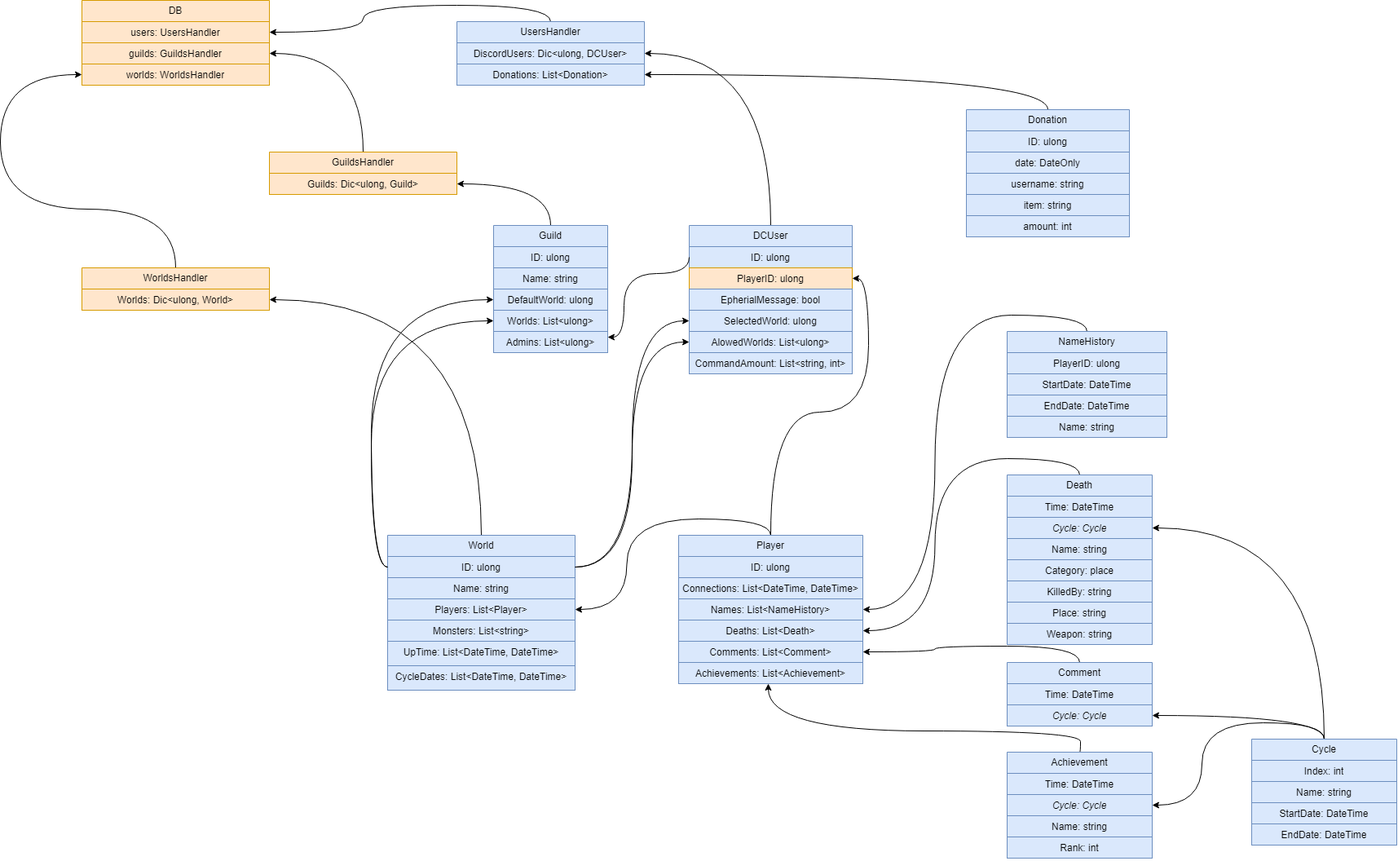
Endferoma/Draw.IO keeps this draw.io diagram as Stats Bot UML.drawio.png. Above is the earlier version. Source tidied: cells renumbered, new cells last; positions are measured from the earlier drawing's top-left corner, leaving out a move shared by most shapes.
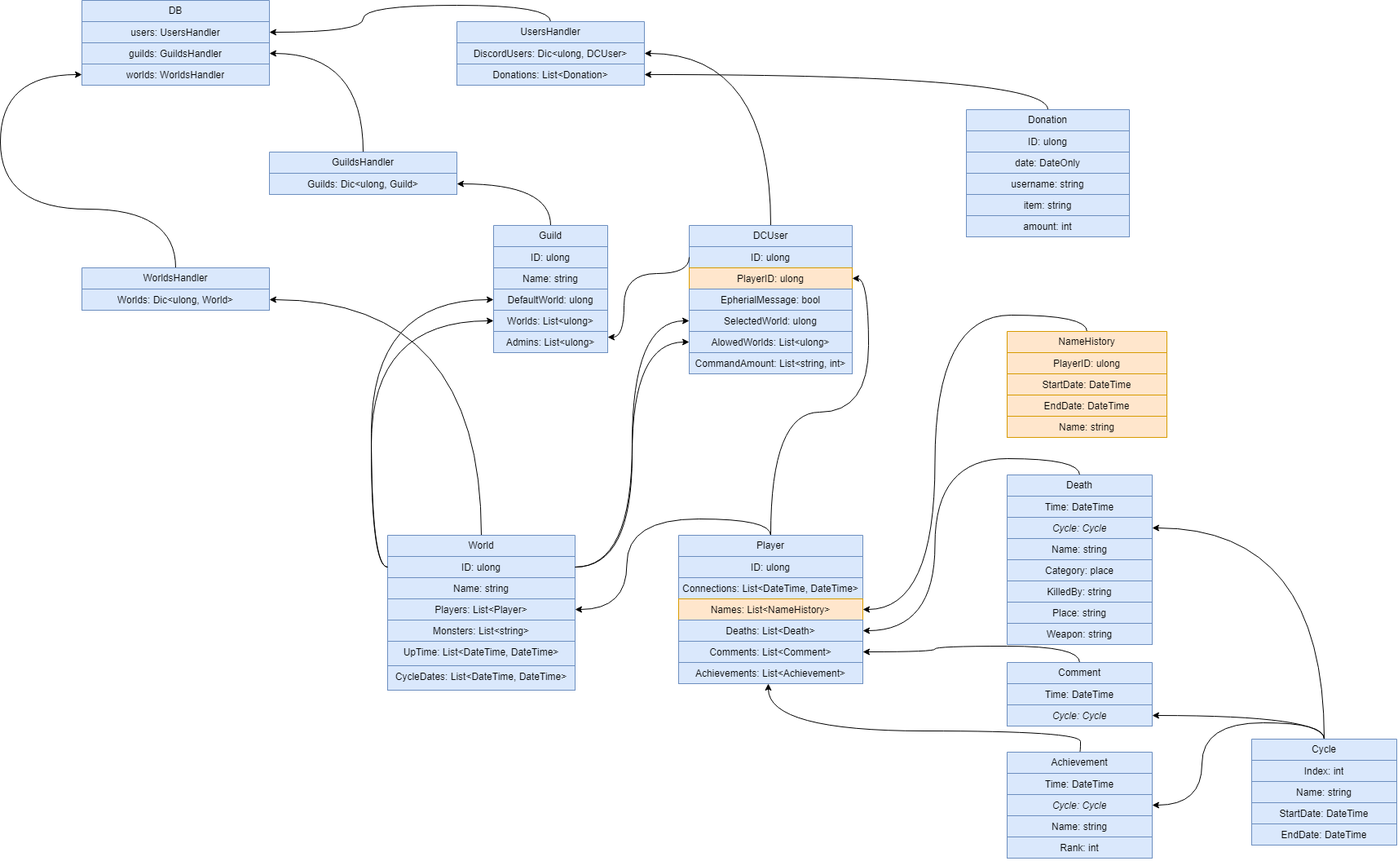
After the change.

Change to the diagram source:
```diff
@@ -50,19 +50,19 @@
     <mxCell id="17" style="edgeStyle=orthogonalEdgeStyle;rounded=0;jettySize=auto;html=1;exitX=0.5;exitY=0;exitDx=0;exitDy=0;entryX=1;entryY=0.5;entryDx=0;entryDy=0;curved=1;" parent="1" edge="1" source="18" target="36">
       <mxGeometry relative="1" as="geometry" />
     </mxCell>
-    <mxCell id="18" value="NameHistory" style="swimlane;fontStyle=0;horizontal=1;startSize=26;fillColor=#dae8fc;whiteSpace=wrap;html=1;align=center;strokeColor=#6c8ebf;" parent="1" vertex="1">
+    <mxCell id="18" value="NameHistory" style="swimlane;fontStyle=0;horizontal=1;startSize=26;fillColor=#ffe6cc;whiteSpace=wrap;html=1;align=center;strokeColor=#d79b00;" parent="1" vertex="1">
       <mxGeometry x="1235" y="406" width="196" height="130" as="geometry" />
     </mxCell>
-    <mxCell id="19" value="PlayerID: ulong" style="text;strokeColor=#6c8ebf;fillColor=#dae8fc;align=center;verticalAlign=top;spacingLeft=4;spacingRight=4;overflow=hidden;whiteSpace=wrap;html=1;" parent="18" vertex="1">
+    <mxCell id="19" value="PlayerID: ulong" style="text;strokeColor=#d79b00;fillColor=#ffe6cc;align=center;verticalAlign=top;spacingLeft=4;spacingRight=4;overflow=hidden;whiteSpace=wrap;html=1;" parent="18" vertex="1">
       <mxGeometry y="26" width="196" height="26" as="geometry" />
     </mxCell>
-    <mxCell id="20" value="StartDate: DateTime" style="text;strokeColor=#6c8ebf;fillColor=#dae8fc;align=center;verticalAlign=top;spacingLeft=4;spacingRight=4;overflow=hidden;whiteSpace=wrap;html=1;" parent="18" vertex="1">
+    <mxCell id="20" value="StartDate: DateTime" style="text;strokeColor=#d79b00;fillColor=#ffe6cc;align=center;verticalAlign=top;spacingLeft=4;spacingRight=4;overflow=hidden;whiteSpace=wrap;html=1;" parent="18" vertex="1">
       <mxGeometry y="52" width="196" height="26" as="geometry" />
     </mxCell>
-    <mxCell id="21" value="EndDate: DateTime" style="text;strokeColor=#6c8ebf;fillColor=#dae8fc;align=center;verticalAlign=top;spacingLeft=4;spacingRight=4;overflow=hidden;whiteSpace=wrap;html=1;" parent="18" vertex="1">
+    <mxCell id="21" value="EndDate: DateTime" style="text;strokeColor=#d79b00;fillColor=#ffe6cc;align=center;verticalAlign=top;spacingLeft=4;spacingRight=4;overflow=hidden;whiteSpace=wrap;html=1;" parent="18" vertex="1">
       <mxGeometry y="78" width="196" height="26" as="geometry" />
     </mxCell>
-    <mxCell id="22" value="Name: string" style="text;strokeColor=#6c8ebf;fillColor=#dae8fc;align=center;verticalAlign=top;spacingLeft=4;spacingRight=4;overflow=hidden;whiteSpace=wrap;html=1;" parent="18" vertex="1">
+    <mxCell id="22" value="Name: string" style="text;strokeColor=#d79b00;fillColor=#ffe6cc;align=center;verticalAlign=top;spacingLeft=4;spacingRight=4;overflow=hidden;whiteSpace=wrap;html=1;" parent="18" vertex="1">
       <mxGeometry y="104" width="196" height="26" as="geometry" />
     </mxCell>
     <mxCell id="23" style="edgeStyle=orthogonalEdgeStyle;rounded=0;jettySize=auto;html=1;exitX=0.5;exitY=0;exitDx=0;exitDy=0;curved=1;" parent="1" edge="1" source="24" target="85">
@@ -104,7 +104,7 @@
     <mxCell id="35" value="Connections: List&amp;lt;DateTime, DateTime&amp;gt;" style="text;strokeColor=#6c8ebf;fillColor=#dae8fc;align=center;verticalAlign=top;spacingLeft=4;spacingRight=4;overflow=hidden;whiteSpace=wrap;html=1;" parent="33" vertex="1">
       <mxGeometry y="52" width="226" height="26" as="geometry" />
     </mxCell>
-    <mxCell id="36" value="Names: List&amp;lt;NameHistory&amp;gt;" style="text;strokeColor=#6c8ebf;fillColor=#dae8fc;align=center;verticalAlign=top;spacingLeft=4;spacingRight=4;overflow=hidden;points=[[0,0.5],[1,0.5]];portConstraint=eastwest;whiteSpace=wrap;html=1;" parent="33" vertex="1">
+    <mxCell id="36" value="Names: List&amp;lt;NameHistory&amp;gt;" style="text;strokeColor=#d79b00;fillColor=#ffe6cc;align=center;verticalAlign=top;spacingLeft=4;spacingRight=4;overflow=hidden;points=[[0,0.5],[1,0.5]];portConstraint=eastwest;whiteSpace=wrap;html=1;" parent="33" vertex="1">
       <mxGeometry y="78" width="226" height="26" as="geometry" />
     </mxCell>
     <mxCell id="37" value="Deaths: List&amp;lt;Death&amp;gt;" style="text;strokeColor=#6c8ebf;fillColor=#dae8fc;align=center;verticalAlign=top;spacingLeft=4;spacingRight=4;overflow=hidden;points=[[0,0.5],[1,0.5]];portConstraint=eastwest;whiteSpace=wrap;html=1;" parent="33" vertex="1">
@@ -223,16 +223,16 @@
     <mxCell id="71" style="edgeStyle=orthogonalEdgeStyle;rounded=0;jettySize=auto;html=1;exitX=1;exitY=0.5;exitDx=0;exitDy=0;entryX=0;entryY=0.5;entryDx=0;entryDy=0;curved=1;" parent="1" edge="1" source="25" target="15">
       <mxGeometry relative="1" as="geometry" />
     </mxCell>
-    <mxCell id="72" value="DB" style="swimlane;fontStyle=0;horizontal=1;startSize=26;fillColor=#ffe6cc;whiteSpace=wrap;html=1;align=center;strokeColor=#d79b00;" parent="1" vertex="1">
+    <mxCell id="72" value="DB" style="swimlane;fontStyle=0;horizontal=1;startSize=26;fillColor=#dae8fc;whiteSpace=wrap;html=1;align=center;strokeColor=#6c8ebf;" parent="1" vertex="1">
       <mxGeometry x="100" width="230" height="104" as="geometry" />
     </mxCell>
-    <mxCell id="73" value="users: UsersHandler" style="text;strokeColor=#d79b00;fillColor=#ffe6cc;align=center;verticalAlign=top;spacingLeft=4;spacingRight=4;overflow=hidden;points=[[0,0.5],[1,0.5]];portConstraint=eastwest;whiteSpace=wrap;html=1;" parent="72" vertex="1">
+    <mxCell id="73" value="users: UsersHandler" style="text;strokeColor=#6c8ebf;fillColor=#dae8fc;align=center;verticalAlign=top;spacingLeft=4;spacingRight=4;overflow=hidden;points=[[0,0.5],[1,0.5]];portConstraint=eastwest;whiteSpace=wrap;html=1;" parent="72" vertex="1">
       <mxGeometry y="26" width="230" height="26" as="geometry" />
     </mxCell>
-    <mxCell id="74" value="guilds: GuildsHandler" style="text;strokeColor=#d79b00;fillColor=#ffe6cc;align=center;verticalAlign=top;spacingLeft=4;spacingRight=4;overflow=hidden;points=[[0,0.5],[1,0.5]];portConstraint=eastwest;whiteSpace=wrap;html=1;" parent="72" vertex="1">
+    <mxCell id="74" value="guilds: GuildsHandler" style="text;strokeColor=#6c8ebf;fillColor=#dae8fc;align=center;verticalAlign=top;spacingLeft=4;spacingRight=4;overflow=hidden;points=[[0,0.5],[1,0.5]];portConstraint=eastwest;whiteSpace=wrap;html=1;" parent="72" vertex="1">
       <mxGeometry y="52" width="230" height="26" as="geometry" />
     </mxCell>
-    <mxCell id="75" value="worlds: WorldsHandler" style="text;strokeColor=#d79b00;fillColor=#ffe6cc;align=center;verticalAlign=top;spacingLeft=4;spacingRight=4;overflow=hidden;points=[[0,0.5],[1,0.5]];portConstraint=eastwest;whiteSpace=wrap;html=1;" parent="72" vertex="1">
+    <mxCell id="75" value="worlds: WorldsHandler" style="text;strokeColor=#6c8ebf;fillColor=#dae8fc;align=center;verticalAlign=top;spacingLeft=4;spacingRight=4;overflow=hidden;points=[[0,0.5],[1,0.5]];portConstraint=eastwest;whiteSpace=wrap;html=1;" parent="72" vertex="1">
       <mxGeometry y="78" width="230" height="26" as="geometry" />
     </mxCell>
     <mxCell id="76" style="edgeStyle=orthogonalEdgeStyle;rounded=0;jettySize=auto;html=1;exitX=0.5;exitY=0;exitDx=0;exitDy=0;curved=1;" parent="1" edge="1" source="77" target="73">
@@ -250,10 +250,10 @@
     <mxCell id="80" style="edgeStyle=orthogonalEdgeStyle;rounded=0;jettySize=auto;html=1;exitX=0.5;exitY=0;exitDx=0;exitDy=0;curved=1;" parent="1" edge="1" source="81" target="74">
       <mxGeometry relative="1" as="geometry" />
     </mxCell>
-    <mxCell id="81" value="GuildsHandler" style="swimlane;fontStyle=0;horizontal=1;startSize=26;fillColor=#ffe6cc;whiteSpace=wrap;html=1;align=center;strokeColor=#d79b00;" parent="1" vertex="1">
+    <mxCell id="81" value="GuildsHandler" style="swimlane;fontStyle=0;horizontal=1;startSize=26;fillColor=#dae8fc;whiteSpace=wrap;html=1;align=center;strokeColor=#6c8ebf;" parent="1" vertex="1">
       <mxGeometry x="330" y="186" width="230" height="52" as="geometry" />
     </mxCell>
-    <mxCell id="82" value="Guilds: Dic&amp;lt;ulong, Guild&amp;gt;" style="text;strokeColor=#d79b00;fillColor=#ffe6cc;align=center;verticalAlign=top;spacingLeft=4;spacingRight=4;overflow=hidden;points=[[0,0.5],[1,0.5]];portConstraint=eastwest;whiteSpace=wrap;html=1;" parent="81" vertex="1">
+    <mxCell id="82" value="Guilds: Dic&amp;lt;ulong, Guild&amp;gt;" style="text;strokeColor=#6c8ebf;fillColor=#dae8fc;align=center;verticalAlign=top;spacingLeft=4;spacingRight=4;overflow=hidden;points=[[0,0.5],[1,0.5]];portConstraint=eastwest;whiteSpace=wrap;html=1;" parent="81" vertex="1">
       <mxGeometry y="26" width="230" height="26" as="geometry" />
     </mxCell>
     <mxCell id="83" style="edgeStyle=orthogonalEdgeStyle;rounded=0;jettySize=auto;html=1;exitX=0.5;exitY=0;exitDx=0;exitDy=0;curved=1;" parent="1" edge="1" source="84" target="75">
@@ -265,10 +265,10 @@
         </Array>
       </mxGeometry>
     </mxCell>
-    <mxCell id="84" value="WorldsHandler" style="swimlane;fontStyle=0;horizontal=1;startSize=26;whiteSpace=wrap;html=1;align=center;fillColor=#ffe6cc;strokeColor=#d79b00;" parent="1" vertex="1">
+    <mxCell id="84" value="WorldsHandler" style="swimlane;fontStyle=0;horizontal=1;startSize=26;whiteSpace=wrap;html=1;align=center;fillColor=#dae8fc;strokeColor=#6c8ebf;" parent="1" vertex="1">
       <mxGeometry x="100" y="328" width="230" height="52" as="geometry" />
     </mxCell>
-    <mxCell id="85" value="Worlds: Dic&amp;lt;ulong, World&amp;gt;" style="text;strokeColor=#d79b00;fillColor=#ffe6cc;align=center;verticalAlign=top;spacingLeft=4;spacingRight=4;overflow=hidden;points=[[0,0.5],[1,0.5]];portConstraint=eastwest;whiteSpace=wrap;html=1;" parent="84" vertex="1">
+    <mxCell id="85" value="Worlds: Dic&amp;lt;ulong, World&amp;gt;" style="text;strokeColor=#6c8ebf;fillColor=#dae8fc;align=center;verticalAlign=top;spacingLeft=4;spacingRight=4;overflow=hidden;points=[[0,0.5],[1,0.5]];portConstraint=eastwest;whiteSpace=wrap;html=1;" parent="84" vertex="1">
       <mxGeometry y="26" width="230" height="26" as="geometry" />
     </mxCell>
     <mxCell id="86" style="edgeStyle=orthogonalEdgeStyle;rounded=0;jettySize=auto;html=1;exitX=0.5;exitY=0;exitDx=0;exitDy=0;curved=1;" parent="1" edge="1" source="87" target="79">
```
